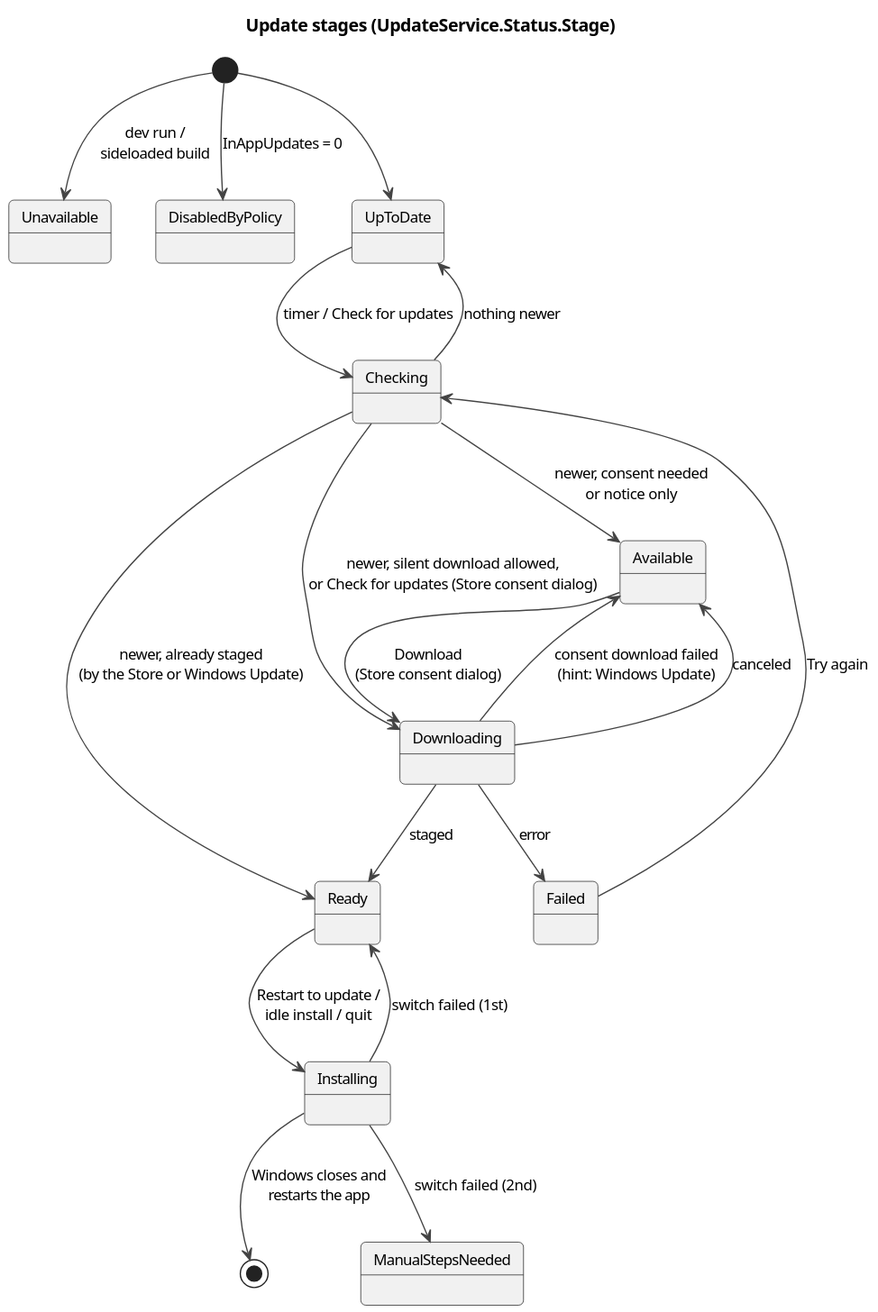
Earlier version of the PlantUML export docs/architecture/diagrams/state-update.svg (halatsWol/TextTemplateManager-v2). Source of this version:
```plantuml
@startuml
!include _style.iuml
title Update stages (UpdateService.Status.Stage)

[*] --> Unavailable : dev run /\nsideloaded build
[*] --> DisabledByPolicy : InAppUpdates = 0
[*] --> UpToDate

UpToDate --> Checking : timer / Check for updates
Checking --> UpToDate : nothing newer
Checking --> Ready : newer, already staged\n(by the Store or Windows Update)
Checking --> Downloading : newer, silent download allowed,\nor Check for updates (Store consent dialog)
Checking --> Available : newer, consent needed\nor notice only
Available --> Downloading : Download\n(Store consent dialog)
Downloading --> Available : consent download failed\n(hint: Windows Update)
Downloading --> Ready : staged
Downloading --> Failed : error
Downloading --> Available : canceled
Failed --> Checking : Try again
Ready --> Installing : Restart to update /\nidle install / quit
Installing --> [*] : Windows closes and\nrestarts the app
Installing --> Ready : switch failed (1st)
Installing --> ManualStepsNeeded : switch failed (2nd)
@enduml
```
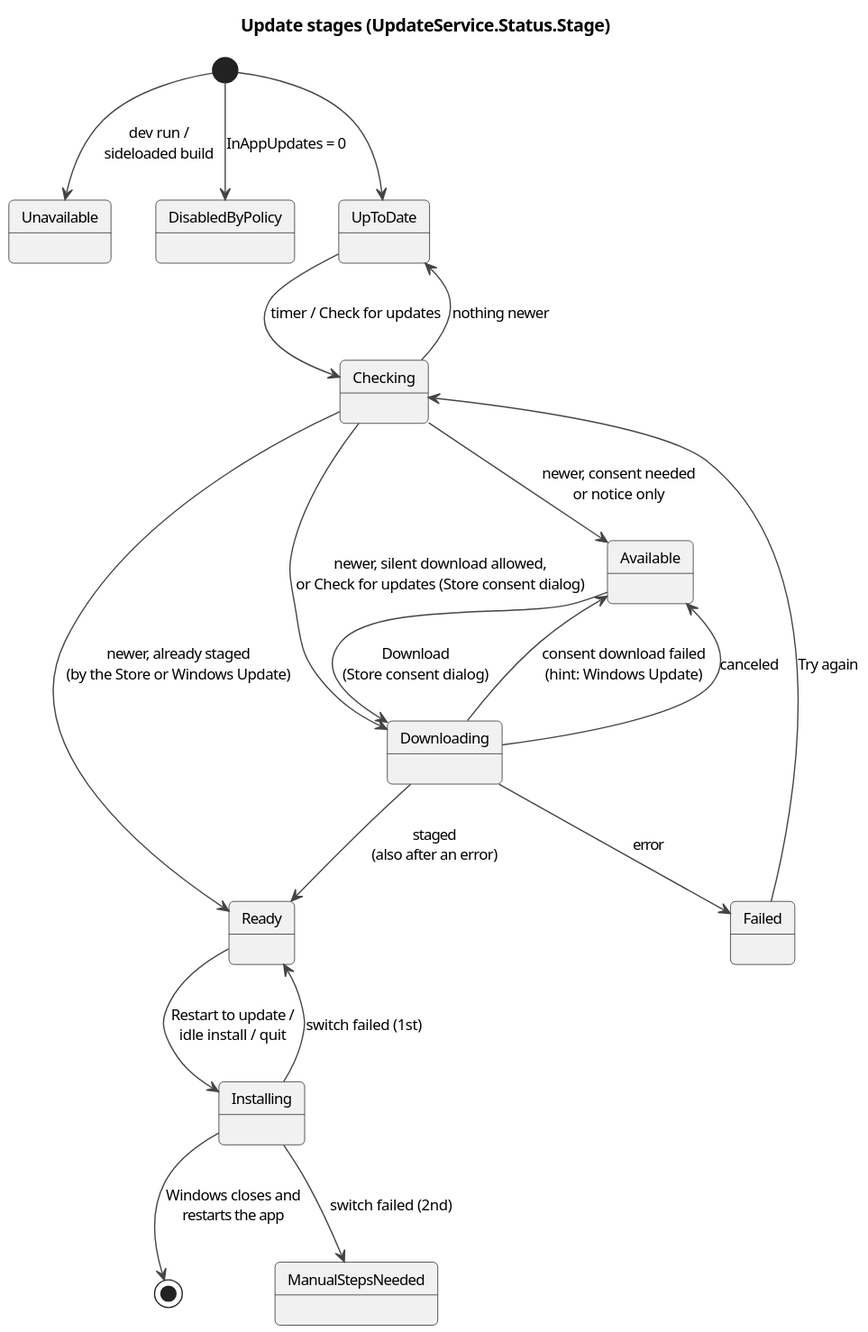
The same file after the commit.

Commit message:
updates: failed Store download with staged version is ready

Diff of the diagram source:
```diff
@@ -13,7 +13,7 @@
 Checking --> Available : newer, consent needed\nor notice only
 Available --> Downloading : Download\n(Store consent dialog)
 Downloading --> Available : consent download failed\n(hint: Windows Update)
-Downloading --> Ready : staged
+Downloading --> Ready : staged\n(also after an error)
 Downloading --> Failed : error
 Downloading --> Available : canceled
 Failed --> Checking : Try again
```
